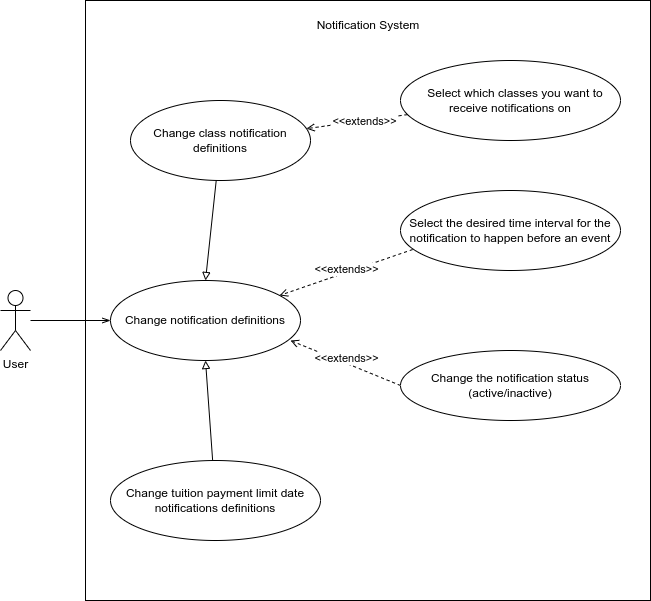
Before: img/UseCaseModel.png, a diagram exported from draw.io (LEIC-ES-2021-22/3LEIC09T1). Source tidied: cells renumbered, new cells last; positions are measured from the earlier drawing's top-left corner, leaving out a move shared by most shapes. Source of this version:
```xml
<mxGraphModel>
  <root>
    <mxCell id="0" />
    <mxCell id="1" parent="0" />
    <mxCell id="2" style="rounded=0;whiteSpace=wrap;html=1;" parent="1" vertex="1">
      <mxGeometry x="85" width="565" height="600" as="geometry" />
    </mxCell>
    <mxCell id="3" style="edgeStyle=none;rounded=0;jettySize=auto;html=1;entryX=0;entryY=0.5;entryDx=0;entryDy=0;endArrow=openThin;endFill=0;" parent="1" edge="1" source="4" target="10">
      <mxGeometry relative="1" as="geometry" />
    </mxCell>
    <mxCell id="4" value="User" style="shape=umlActor;verticalLabelPosition=bottom;verticalAlign=top;html=1;outlineConnect=0;" parent="1" vertex="1">
      <mxGeometry y="290" width="30" height="60" as="geometry" />
    </mxCell>
    <mxCell id="5" style="edgeStyle=none;rounded=0;jettySize=auto;html=1;entryX=0.5;entryY=0;entryDx=0;entryDy=0;endArrow=block;endFill=0;" parent="1" edge="1" source="6" target="10">
      <mxGeometry relative="1" as="geometry" />
    </mxCell>
    <mxCell id="6" value="Change class notification definitions" style="ellipse;whiteSpace=wrap;html=1;" parent="1" vertex="1">
      <mxGeometry x="130" y="100" width="180" height="80" as="geometry" />
    </mxCell>
    <mxCell id="7" style="edgeStyle=none;rounded=0;jettySize=auto;html=1;entryX=0.5;entryY=1;entryDx=0;entryDy=0;endArrow=block;endFill=0;" parent="1" edge="1" source="8" target="10">
      <mxGeometry relative="1" as="geometry" />
    </mxCell>
    <mxCell id="8" value="Change tuition payment limit date notifications definitions" style="ellipse;whiteSpace=wrap;html=1;" parent="1" vertex="1">
      <mxGeometry x="110" y="460" width="210" height="80" as="geometry" />
    </mxCell>
    <mxCell id="9" value="Notification System" style="text;html=1;strokeColor=none;fillColor=none;align=center;verticalAlign=middle;whiteSpace=wrap;rounded=0;" parent="1" vertex="1">
      <mxGeometry x="297.5" y="10" width="140" height="30" as="geometry" />
    </mxCell>
    <mxCell id="10" value="Change notification definitions" style="ellipse;whiteSpace=wrap;html=1;" parent="1" vertex="1">
      <mxGeometry x="110" y="280" width="190" height="80" as="geometry" />
    </mxCell>
    <mxCell id="11" style="edgeStyle=none;rounded=0;jettySize=auto;html=1;dashed=1;endArrow=open;endFill=0;exitX=0;exitY=0.5;exitDx=0;exitDy=0;" parent="1" edge="1" source="13">
      <mxGeometry relative="1" as="geometry">
        <mxPoint x="290" y="340" as="targetPoint" />
      </mxGeometry>
    </mxCell>
    <mxCell id="12" value="&amp;lt;&amp;lt;extends&amp;gt;&amp;gt;" style="edgeLabel;html=1;align=center;verticalAlign=middle;" parent="11" vertex="1">
      <mxGeometry x="0.27" y="2" relative="1" as="geometry">
        <mxPoint x="17" y="-1" as="offset" />
      </mxGeometry>
    </mxCell>
    <mxCell id="13" value="Change the notification status&lt;br&gt;(active/inactive)" style="ellipse;whiteSpace=wrap;html=1;" parent="1" vertex="1">
      <mxGeometry x="400" y="350" width="220" height="70" as="geometry" />
    </mxCell>
    <mxCell id="14" style="edgeStyle=none;rounded=0;jettySize=auto;html=1;dashed=1;endArrow=open;endFill=0;exitX=0.055;exitY=0.738;exitDx=0;exitDy=0;exitPerimeter=0;" parent="1" edge="1" source="15" target="10">
      <mxGeometry relative="1" as="geometry" />
    </mxCell>
    <mxCell id="15" value="Select the desired time interval for the notification to happen before an event" style="ellipse;whiteSpace=wrap;html=1;" parent="1" vertex="1">
      <mxGeometry x="400" y="190" width="220" height="80" as="geometry" />
    </mxCell>
    <mxCell id="16" value="&amp;lt;&amp;lt;extends&amp;gt;&amp;gt;" style="edgeLabel;html=1;align=center;verticalAlign=middle;" parent="1" vertex="1">
      <mxGeometry x="350" y="330" as="geometry">
        <mxPoint x="-4" y="-61" as="offset" />
      </mxGeometry>
    </mxCell>
    <mxCell id="17" style="edgeStyle=none;rounded=0;jettySize=auto;html=1;dashed=1;endArrow=open;endFill=0;" parent="1" edge="1" source="19" target="6">
      <mxGeometry relative="1" as="geometry" />
    </mxCell>
    <mxCell id="18" value="&amp;lt;&amp;lt;extends&amp;gt;&amp;gt;" style="edgeLabel;html=1;align=center;verticalAlign=middle;" parent="17" vertex="1">
      <mxGeometry x="-0.14" relative="1" as="geometry" />
    </mxCell>
    <mxCell id="19" value="&amp;nbsp; &amp;nbsp;Select which classes you want to receive notifications on" style="ellipse;whiteSpace=wrap;html=1;" parent="1" vertex="1">
      <mxGeometry x="400" y="60" width="220" height="80" as="geometry" />
    </mxCell>
  </root>
</mxGraphModel>
```
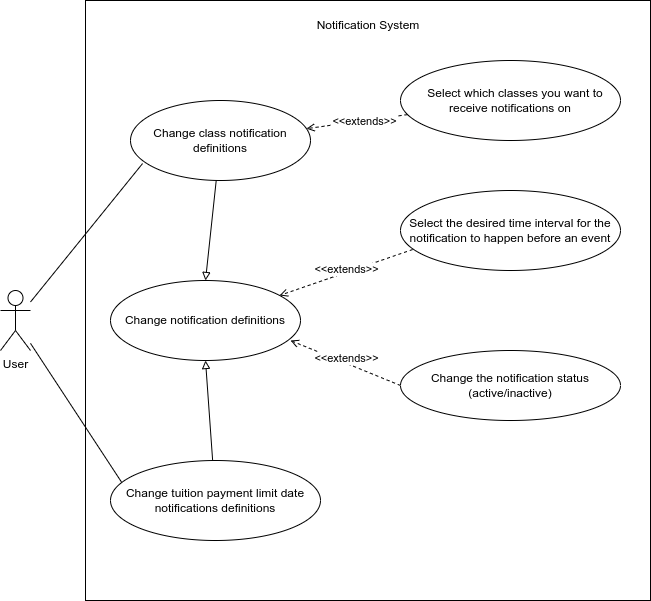
After the commit.

Commit message:
Fix(README): fixed use case diagram and product vision

The edit, as a diff of the source:
```diff
@@ -5,9 +5,12 @@
     <mxCell id="2" style="rounded=0;whiteSpace=wrap;html=1;" parent="1" vertex="1">
       <mxGeometry x="85" width="565" height="600" as="geometry" />
     </mxCell>
-    <mxCell id="3" style="edgeStyle=none;rounded=0;jettySize=auto;html=1;entryX=0;entryY=0.5;entryDx=0;entryDy=0;endArrow=openThin;endFill=0;" parent="1" edge="1" source="4" target="10">
+    <mxCell id="3" style="edgeStyle=none;rounded=0;jettySize=auto;html=1;entryX=0.067;entryY=0.788;entryDx=0;entryDy=0;endArrow=none;endFill=0;entryPerimeter=0;" parent="1" edge="1" source="4" target="6">
       <mxGeometry relative="1" as="geometry" />
     </mxCell>
+    <mxCell id="20" style="rounded=0;jettySize=auto;html=1;entryX=0.057;entryY=0.288;entryDx=0;entryDy=0;entryPerimeter=0;endArrow=none;endFill=0;" parent="1" edge="1" source="4" target="8">
+      <mxGeometry relative="1" as="geometry" />
+    </mxCell>
     <mxCell id="4" value="User" style="shape=umlActor;verticalLabelPosition=bottom;verticalAlign=top;html=1;outlineConnect=0;" parent="1" vertex="1">
       <mxGeometry y="290" width="30" height="60" as="geometry" />
     </mxCell>
```
